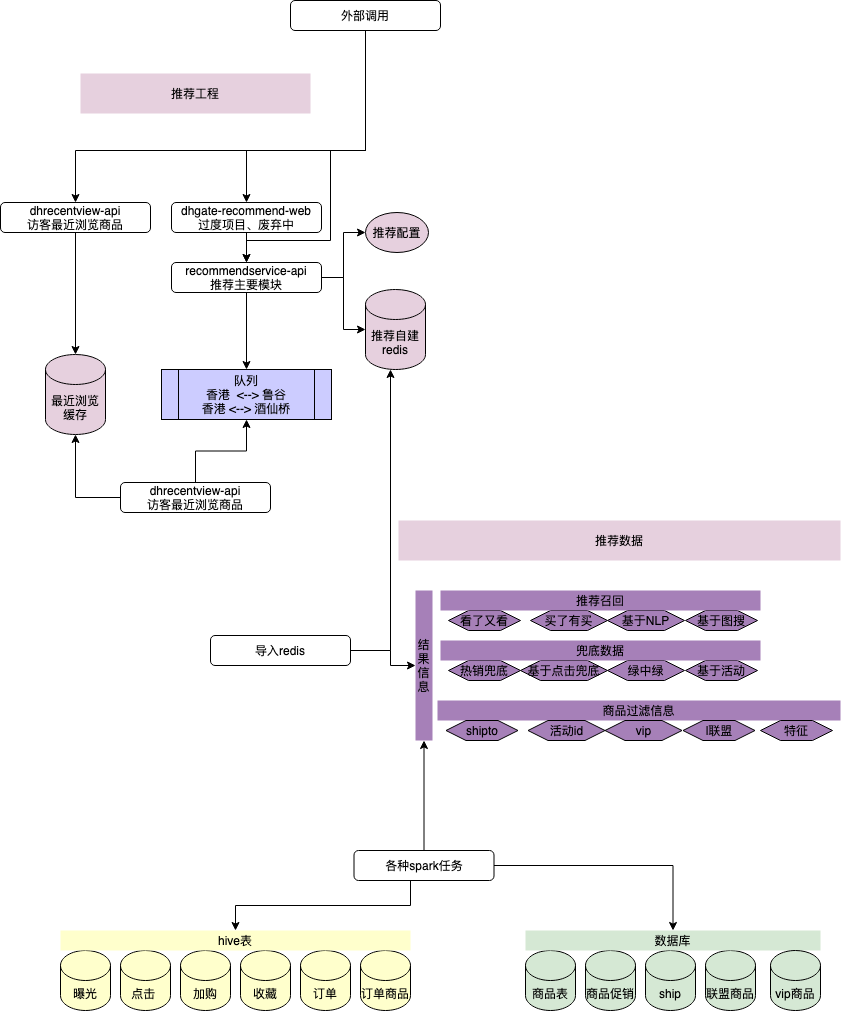
Before: 推荐架构.png, a diagram exported from draw.io (larry88/spark_da). Source tidied: cells renumbered, new cells last; positions are measured from the earlier drawing's top-left corner, leaving out a move shared by most shapes.
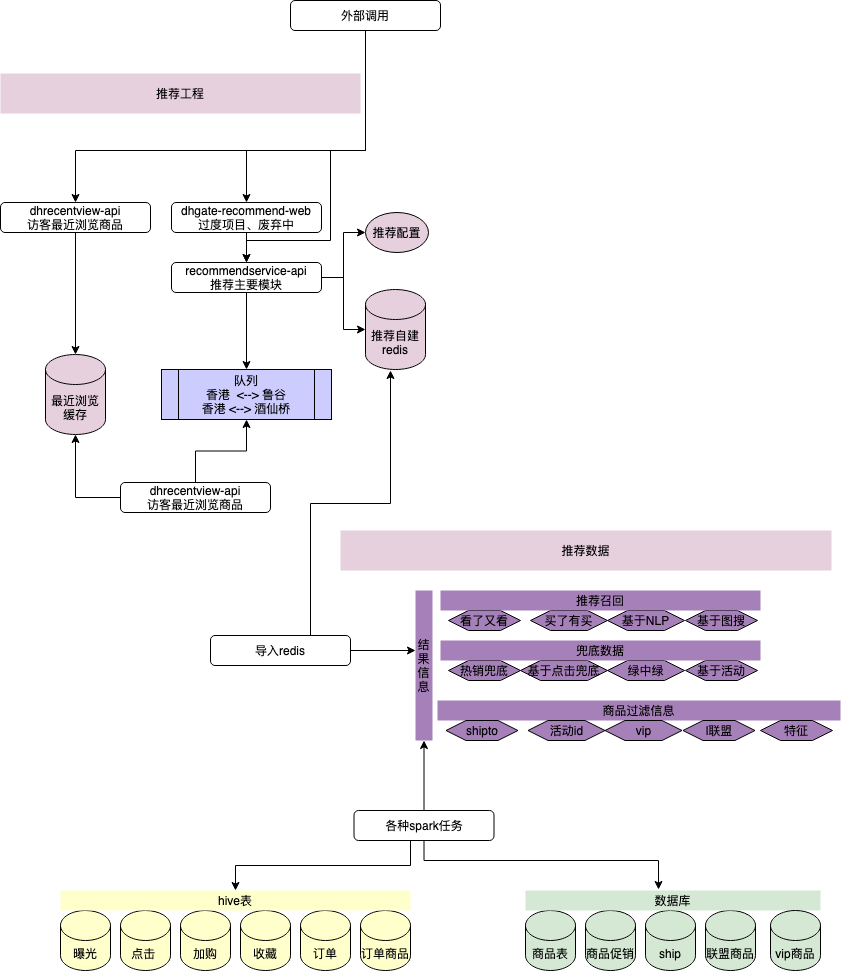
The same file after the commit.

The edit, as a diff of the source:
```diff
@@ -15,7 +15,7 @@
       <mxGeometry x="171" y="262" width="150" height="30" as="geometry" />
     </mxCell>
     <mxCell id="6" value="推荐工程" style="text;html=1;strokeColor=none;fillColor=#E6D0DE;align=center;verticalAlign=middle;whiteSpace=wrap;rounded=0;" parent="1" vertex="1">
-      <mxGeometry x="80" y="73" width="230" height="40" as="geometry" />
+      <mxGeometry y="73" width="360" height="40" as="geometry" />
     </mxCell>
     <mxCell id="7" style="edgeStyle=orthogonalEdgeStyle;rounded=0;jettySize=auto;html=1;exitX=0.5;exitY=1;exitDx=0;exitDy=0;entryX=0.5;entryY=0;entryDx=0;entryDy=0;" parent="1" edge="1" source="8" target="5">
       <mxGeometry relative="1" as="geometry" />
@@ -51,37 +51,37 @@
       <mxGeometry x="45" y="354" width="60" height="80" as="geometry" />
     </mxCell>
     <mxCell id="18" value="推荐数据" style="text;html=1;strokeColor=none;fillColor=#E6D0DE;align=center;verticalAlign=middle;whiteSpace=wrap;rounded=0;" parent="1" vertex="1">
-      <mxGeometry x="398" y="520" width="442" height="40" as="geometry" />
+      <mxGeometry x="340" y="530" width="491" height="40" as="geometry" />
     </mxCell>
     <mxCell id="19" value="商品表" style="shape=cylinder3;whiteSpace=wrap;html=1;boundedLbl=1;backgroundOutline=1;size=15;fillColor=#D5E8D4;" parent="1" vertex="1">
-      <mxGeometry x="525" y="950" width="50" height="60" as="geometry" />
+      <mxGeometry x="525" y="910" width="50" height="60" as="geometry" />
     </mxCell>
     <mxCell id="20" value="商品促销" style="shape=cylinder3;whiteSpace=wrap;html=1;boundedLbl=1;backgroundOutline=1;size=15;fillColor=#D5E8D4;" parent="1" vertex="1">
-      <mxGeometry x="585" y="950" width="50" height="60" as="geometry" />
+      <mxGeometry x="585" y="910" width="50" height="60" as="geometry" />
     </mxCell>
     <mxCell id="21" value="ship" style="shape=cylinder3;whiteSpace=wrap;html=1;boundedLbl=1;backgroundOutline=1;size=15;fillColor=#D5E8D4;" parent="1" vertex="1">
-      <mxGeometry x="645" y="950" width="50" height="60" as="geometry" />
+      <mxGeometry x="645" y="910" width="50" height="60" as="geometry" />
     </mxCell>
     <mxCell id="22" value="联盟商品" style="shape=cylinder3;whiteSpace=wrap;html=1;boundedLbl=1;backgroundOutline=1;size=15;fillColor=#D5E8D4;" parent="1" vertex="1">
-      <mxGeometry x="705" y="950" width="50" height="60" as="geometry" />
+      <mxGeometry x="705" y="910" width="50" height="60" as="geometry" />
     </mxCell>
     <mxCell id="23" value="曝光" style="shape=cylinder3;whiteSpace=wrap;html=1;boundedLbl=1;backgroundOutline=1;size=15;fillColor=#FFFFCC;" parent="1" vertex="1">
-      <mxGeometry x="60" y="950" width="50" height="60" as="geometry" />
+      <mxGeometry x="60" y="910" width="50" height="60" as="geometry" />
     </mxCell>
     <mxCell id="24" value="点击&amp;nbsp;" style="shape=cylinder3;whiteSpace=wrap;html=1;boundedLbl=1;backgroundOutline=1;size=15;fillColor=#FFFFCC;" parent="1" vertex="1">
-      <mxGeometry x="120" y="950" width="50" height="60" as="geometry" />
+      <mxGeometry x="120" y="910" width="50" height="60" as="geometry" />
     </mxCell>
     <mxCell id="25" value="加购" style="shape=cylinder3;whiteSpace=wrap;html=1;boundedLbl=1;backgroundOutline=1;size=15;fillColor=#FFFFCC;" parent="1" vertex="1">
-      <mxGeometry x="180" y="950" width="50" height="60" as="geometry" />
+      <mxGeometry x="180" y="910" width="50" height="60" as="geometry" />
     </mxCell>
     <mxCell id="26" value="收藏" style="shape=cylinder3;whiteSpace=wrap;html=1;boundedLbl=1;backgroundOutline=1;size=15;fillColor=#FFFFCC;" parent="1" vertex="1">
-      <mxGeometry x="240" y="950" width="50" height="60" as="geometry" />
+      <mxGeometry x="240" y="910" width="50" height="60" as="geometry" />
     </mxCell>
     <mxCell id="27" value="订单" style="shape=cylinder3;whiteSpace=wrap;html=1;boundedLbl=1;backgroundOutline=1;size=15;fillColor=#FFFFCC;" parent="1" vertex="1">
-      <mxGeometry x="300" y="950" width="50" height="60" as="geometry" />
+      <mxGeometry x="300" y="910" width="50" height="60" as="geometry" />
     </mxCell>
     <mxCell id="28" value="订单商品" style="shape=cylinder3;whiteSpace=wrap;html=1;boundedLbl=1;backgroundOutline=1;size=15;fillColor=#FFFFCC;" parent="1" vertex="1">
-      <mxGeometry x="360" y="950" width="50" height="60" as="geometry" />
+      <mxGeometry x="360" y="910" width="50" height="60" as="geometry" />
     </mxCell>
     <mxCell id="29" style="edgeStyle=orthogonalEdgeStyle;rounded=0;jettySize=auto;html=1;" parent="1" edge="1" source="32" target="8">
       <mxGeometry relative="1" as="geometry">
@@ -114,14 +114,14 @@
       <mxGeometry x="290" width="150" height="30" as="geometry" />
     </mxCell>
     <mxCell id="33" value="数据库" style="text;html=1;strokeColor=none;align=center;verticalAlign=middle;whiteSpace=wrap;rounded=0;fillColor=#D5E8D4;" parent="1" vertex="1">
-      <mxGeometry x="525" y="930" width="295" height="20" as="geometry" />
+      <mxGeometry x="525" y="890" width="295" height="20" as="geometry" />
     </mxCell>
     <mxCell id="34" value="hive表" style="text;html=1;strokeColor=none;align=center;verticalAlign=middle;whiteSpace=wrap;rounded=0;fillColor=#FFFFCC;" parent="1" vertex="1">
-      <mxGeometry x="60" y="930" width="350" height="20" as="geometry" />
+      <mxGeometry x="60" y="890" width="350" height="20" as="geometry" />
     </mxCell>
     <mxCell id="35" style="edgeStyle=orthogonalEdgeStyle;rounded=0;jettySize=auto;html=1;exitX=0;exitY=0.5;exitDx=0;exitDy=0;entryX=0.5;entryY=0;entryDx=0;entryDy=0;" parent="1" edge="1" target="34">
       <mxGeometry relative="1" as="geometry">
-        <mxPoint x="410" y="880" as="sourcePoint" />
+        <mxPoint x="410" y="840" as="sourcePoint" />
       </mxGeometry>
     </mxCell>
     <mxCell id="36" value="看了又看" style="shape=hexagon;perimeter=hexagonPerimeter2;whiteSpace=wrap;html=1;fixedSize=1;fillColor=#A680B8;" parent="1" vertex="1">
@@ -175,35 +175,38 @@
     <mxCell id="52" value="结果信息" style="text;html=1;strokeColor=none;align=center;verticalAlign=middle;whiteSpace=wrap;rounded=0;fillColor=#A680B8;" parent="1" vertex="1">
       <mxGeometry x="415" y="590" width="17" height="150" as="geometry" />
     </mxCell>
+    <mxCell id="60" style="edgeStyle=orthogonalEdgeStyle;rounded=0;jettySize=auto;html=1;exitX=0.5;exitY=0;exitDx=0;exitDy=0;" parent="1" edge="1" source="55">
+      <mxGeometry relative="1" as="geometry">
+        <mxPoint x="390" y="370" as="targetPoint" />
+        <Array as="points">
+          <mxPoint x="310" y="635" />
+          <mxPoint x="310" y="503" />
+          <mxPoint x="390" y="503" />
+        </Array>
+      </mxGeometry>
+    </mxCell>
-    <mxCell id="53" style="edgeStyle=orthogonalEdgeStyle;rounded=0;jettySize=auto;html=1;entryX=0;entryY=0.5;entryDx=0;entryDy=0;" parent="1" edge="1" source="55" target="52">
-      <mxGeometry relative="1" as="geometry">
-        <Array as="points">
-          <mxPoint x="390" y="650" />
-          <mxPoint x="390" y="665" />
-        </Array>
-      </mxGeometry>
+    <mxCell id="53" style="edgeStyle=orthogonalEdgeStyle;rounded=0;jettySize=auto;html=1;entryX=0;entryY=0.4;entryDx=0;entryDy=0;entryPerimeter=0;" parent="1" edge="1" source="55" target="52">
+      <mxGeometry relative="1" as="geometry" />
     </mxCell>
-    <mxCell id="54" style="edgeStyle=orthogonalEdgeStyle;rounded=0;jettySize=auto;html=1;" parent="1" edge="1" source="55" target="13">
-      <mxGeometry relative="1" as="geometry">
-        <Array as="points">
-          <mxPoint x="390" y="650" />
-        </Array>
-      </mxGeometry>
-    </mxCell>
     <mxCell id="55" value="导入redis" style="rounded=1;whiteSpace=wrap;html=1;" parent="1" vertex="1">
       <mxGeometry x="210" y="635" width="140" height="30" as="geometry" />
     </mxCell>
+    <mxCell id="57" style="edgeStyle=orthogonalEdgeStyle;rounded=0;jettySize=auto;html=1;entryX=0.5;entryY=1;entryDx=0;entryDy=0;" parent="1" edge="1" source="58" target="52">
+      <mxGeometry relative="1" as="geometry" />
+    </mxCell>
-    <mxCell id="56" style="edgeStyle=orthogonalEdgeStyle;rounded=0;jettySize=auto;html=1;entryX=0.5;entryY=0;entryDx=0;entryDy=0;" parent="1" edge="1" source="58" target="33">
-      <mxGeometry relative="1" as="geometry" />
+    <mxCell id="56" style="edgeStyle=orthogonalEdgeStyle;rounded=0;jettySize=auto;html=1;entryX=0.451;entryY=-0.05;entryDx=0;entryDy=0;entryPerimeter=0;" parent="1" edge="1" source="58" target="33">
+      <mxGeometry relative="1" as="geometry">
+        <Array as="points">
+          <mxPoint x="424" y="860" />
+          <mxPoint x="658" y="860" />
+        </Array>
+      </mxGeometry>
     </mxCell>
-    <mxCell id="57" style="edgeStyle=orthogonalEdgeStyle;rounded=0;jettySize=auto;html=1;entryX=0.5;entryY=1;entryDx=0;entryDy=0;" parent="1" edge="1" source="58" target="52">
-      <mxGeometry relative="1" as="geometry" />
-    </mxCell>
     <mxCell id="58" value="各种spark任务" style="rounded=1;whiteSpace=wrap;html=1;" parent="1" vertex="1">
-      <mxGeometry x="353.5" y="850" width="140" height="30" as="geometry" />
+      <mxGeometry x="353.5" y="810" width="140" height="30" as="geometry" />
     </mxCell>
     <mxCell id="59" value="vip商品" style="shape=cylinder3;whiteSpace=wrap;html=1;boundedLbl=1;backgroundOutline=1;size=15;fillColor=#D5E8D4;" parent="1" vertex="1">
-      <mxGeometry x="770" y="950" width="50" height="60" as="geometry" />
+      <mxGeometry x="770" y="910" width="50" height="60" as="geometry" />
     </mxCell>
   </root>
 </mxGraphModel>
```
